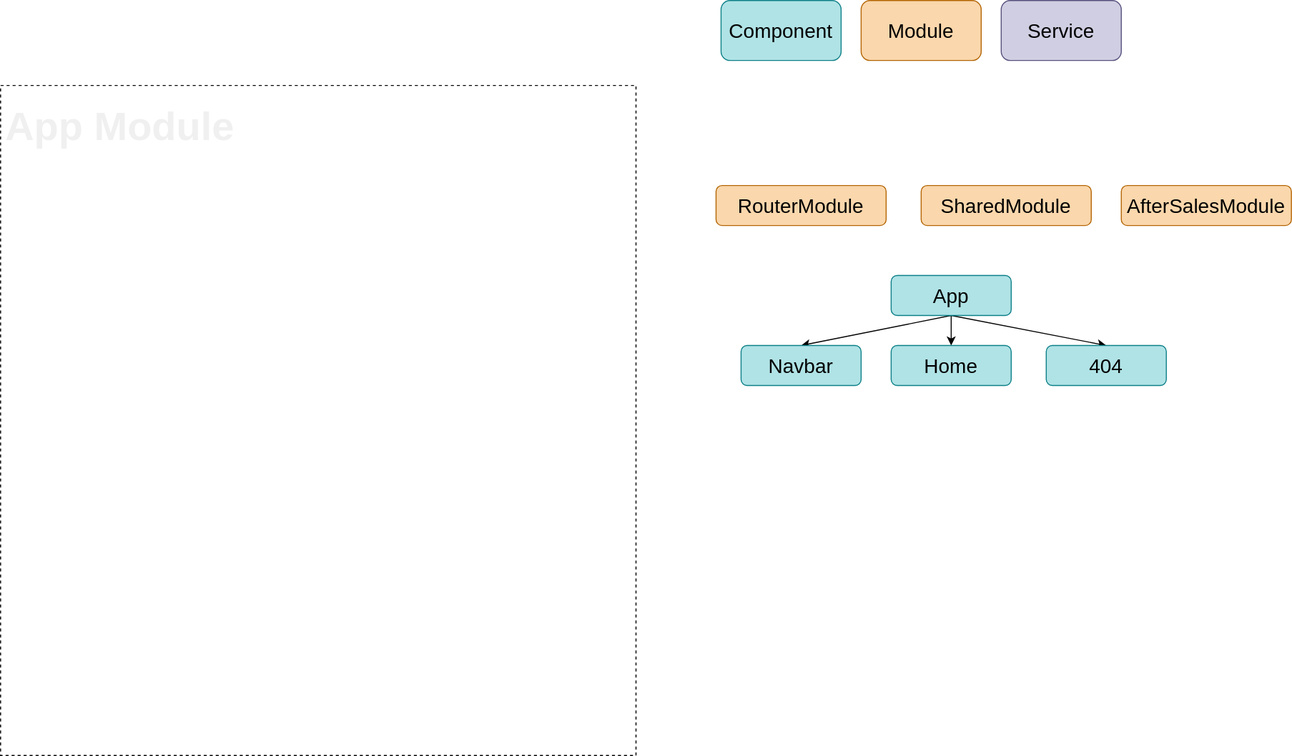
Earlier version of the draw.io export demo-structure.drawio.svg (Jsyfer/angular-demo). Source tidied: cells renumbered, new cells last; positions are measured from the earlier drawing's top-left corner, leaving out a move shared by most shapes.
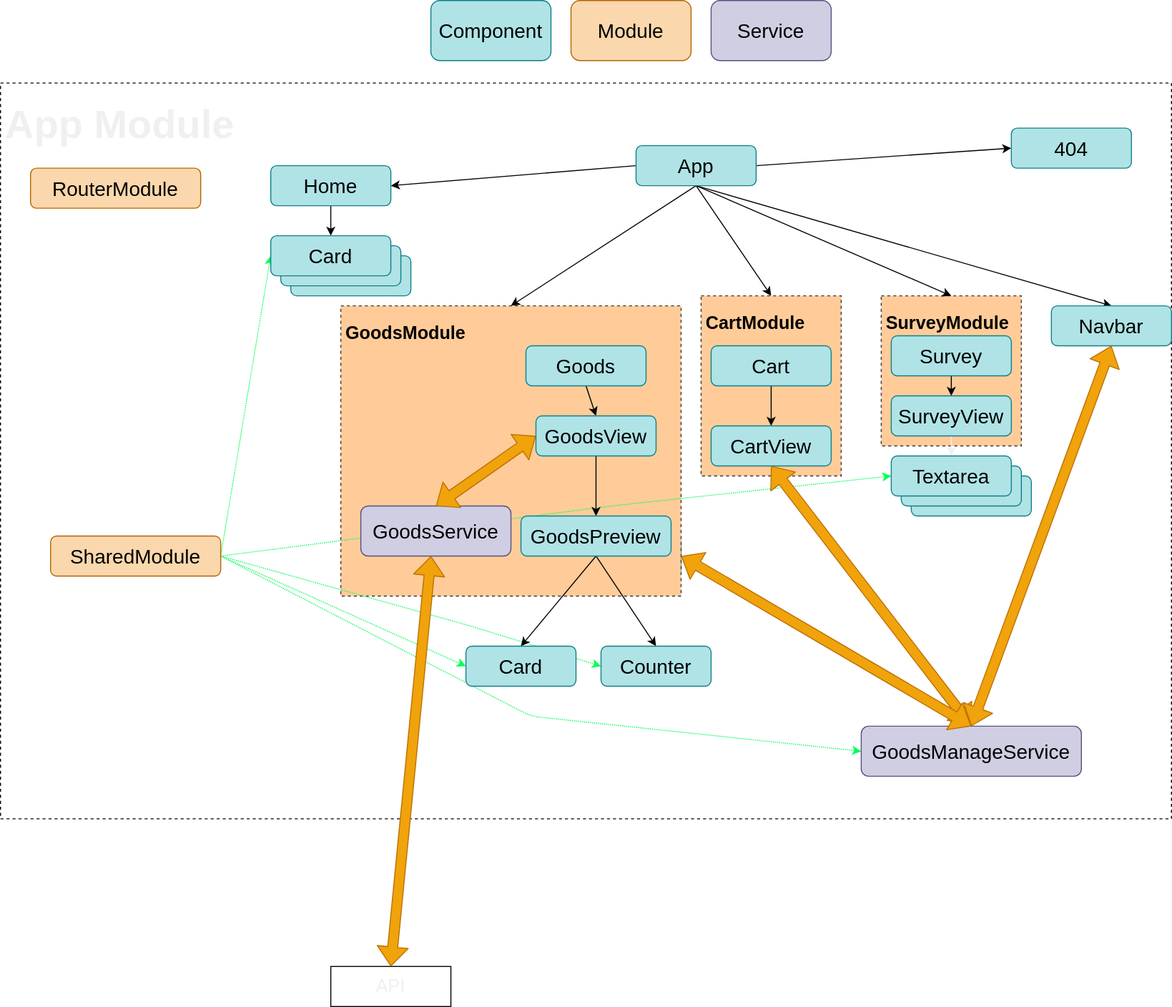
Later version of the same file.

The edit, as a diff of the source:
```diff
@@ -2,23 +2,53 @@
   <root>
     <mxCell id="0" />
     <mxCell id="1" parent="0" />
+    <mxCell id="16" value="&lt;h5&gt;&lt;font style=&quot;font-size: 18px&quot; color=&quot;#000000&quot;&gt;SurveyModule&lt;/font&gt;&lt;/h5&gt;" style="text;html=1;strokeColor=#36393d;fillColor=#ffcc99;spacing=5;spacingTop=-20;whiteSpace=wrap;overflow=hidden;rounded=0;fontSize=20;dashed=1;" parent="1" vertex="1">
+      <mxGeometry x="1170" y="295" width="140" height="150" as="geometry" />
+    </mxCell>
+    <mxCell id="17" value="&lt;h5&gt;&lt;font style=&quot;font-size: 18px&quot; color=&quot;#000000&quot;&gt;CartModule&lt;/font&gt;&lt;/h5&gt;" style="text;html=1;strokeColor=#36393d;fillColor=#ffcc99;spacing=5;spacingTop=-20;whiteSpace=wrap;overflow=hidden;rounded=0;fontSize=20;dashed=1;" parent="1" vertex="1">
+      <mxGeometry x="990" y="295" width="140" height="180" as="geometry" />
+    </mxCell>
+    <mxCell id="18" value="&lt;h1&gt;App Module&lt;/h1&gt;" style="text;html=1;strokeColor=default;fillColor=none;spacing=5;spacingTop=-20;whiteSpace=wrap;overflow=hidden;rounded=0;fontSize=20;fontColor=#F0F0F0;dashed=1;" parent="1" vertex="1">
+      <mxGeometry x="290" y="82.5" width="1170" height="735" as="geometry" />
+    </mxCell>
+    <mxCell id="19" value="&lt;span style=&quot;color: rgb(0 , 0 , 0)&quot;&gt;Textarea&lt;/span&gt;&lt;font color=&quot;#000000&quot;&gt;&lt;br&gt;&lt;/font&gt;" style="rounded=1;whiteSpace=wrap;html=1;fontSize=20;fillColor=#b0e3e6;strokeColor=#0e8088;" parent="1" vertex="1">
+      <mxGeometry x="1200" y="475" width="120" height="40" as="geometry" />
+    </mxCell>
+    <mxCell id="20" value="&lt;span style=&quot;color: rgb(0 , 0 , 0)&quot;&gt;Textarea&lt;/span&gt;&lt;font color=&quot;#000000&quot;&gt;&lt;br&gt;&lt;/font&gt;" style="rounded=1;whiteSpace=wrap;html=1;fontSize=20;fillColor=#b0e3e6;strokeColor=#0e8088;" parent="1" vertex="1">
+      <mxGeometry x="1190" y="465" width="120" height="40" as="geometry" />
+    </mxCell>
+    <mxCell id="21" value="&lt;span style=&quot;color: rgb(0 , 0 , 0)&quot;&gt;GoodsPreview&lt;/span&gt;&lt;font color=&quot;#000000&quot;&gt;&lt;br&gt;&lt;/font&gt;" style="rounded=1;whiteSpace=wrap;html=1;fontSize=20;fillColor=#b0e3e6;strokeColor=#0e8088;" parent="1" vertex="1">
+      <mxGeometry x="820" y="535" width="150" height="40" as="geometry" />
+    </mxCell>
+    <mxCell id="22" value="&lt;span style=&quot;color: rgb(0 , 0 , 0)&quot;&gt;GoodsPreview&lt;/span&gt;&lt;font color=&quot;#000000&quot;&gt;&lt;br&gt;&lt;/font&gt;" style="rounded=1;whiteSpace=wrap;html=1;fontSize=20;fillColor=#b0e3e6;strokeColor=#0e8088;" parent="1" vertex="1">
+      <mxGeometry x="810" y="525" width="150" height="40" as="geometry" />
+    </mxCell>
-    <mxCell id="2" value="&lt;h1&gt;App Module&lt;/h1&gt;" style="text;html=1;strokeColor=default;fillColor=none;spacing=5;spacingTop=-20;whiteSpace=wrap;overflow=hidden;rounded=0;fontSize=20;fontColor=#F0F0F0;dashed=1;" parent="1" vertex="1">
-      <mxGeometry y="85" width="635" height="670" as="geometry" />
+    <mxCell id="2" value="&lt;h5&gt;&lt;font style=&quot;font-size: 18px&quot; color=&quot;#000000&quot;&gt;GoodsModule&lt;/font&gt;&lt;/h5&gt;" style="text;html=1;strokeColor=#36393d;fillColor=#ffcc99;spacing=5;spacingTop=-20;whiteSpace=wrap;overflow=hidden;rounded=0;fontSize=20;dashed=1;" parent="1" vertex="1">
+      <mxGeometry x="630" y="305" width="340" height="290" as="geometry" />
     </mxCell>
     <mxCell id="3" style="edgeStyle=none;html=1;entryX=0.5;entryY=0;entryDx=0;entryDy=0;fontSize=20;fontColor=#000000;exitX=0.5;exitY=1;exitDx=0;exitDy=0;" parent="1" edge="1" source="6" target="7">
       <mxGeometry relative="1" as="geometry" />
     </mxCell>
-    <mxCell id="4" style="edgeStyle=none;html=1;exitX=0.5;exitY=1;exitDx=0;exitDy=0;entryX=0.5;entryY=0;entryDx=0;entryDy=0;fontSize=20;fontColor=#F0F0F0;" parent="1" edge="1" source="6" target="12">
+    <mxCell id="4" style="edgeStyle=none;html=1;exitX=0;exitY=0.5;exitDx=0;exitDy=0;entryX=1;entryY=0.5;entryDx=0;entryDy=0;fontSize=20;fontColor=#F0F0F0;" parent="1" edge="1" source="6" target="12">
       <mxGeometry relative="1" as="geometry" />
     </mxCell>
-    <mxCell id="5" style="edgeStyle=none;html=1;exitX=0.5;exitY=1;exitDx=0;exitDy=0;fontSize=20;fontColor=#F0F0F0;entryX=0.5;entryY=0;entryDx=0;entryDy=0;" parent="1" edge="1" source="6" target="13">
+    <mxCell id="5" style="edgeStyle=none;html=1;exitX=1;exitY=0.5;exitDx=0;exitDy=0;fontSize=20;fontColor=#F0F0F0;entryX=0;entryY=0.5;entryDx=0;entryDy=0;" parent="1" edge="1" source="6" target="13">
       <mxGeometry relative="1" as="geometry" />
     </mxCell>
+    <mxCell id="23" style="edgeStyle=none;html=1;exitX=0.5;exitY=1;exitDx=0;exitDy=0;entryX=0.5;entryY=0;entryDx=0;entryDy=0;" parent="1" edge="1" source="6" target="2">
+      <mxGeometry relative="1" as="geometry" />
+    </mxCell>
+    <mxCell id="24" style="edgeStyle=none;html=1;exitX=0.5;exitY=1;exitDx=0;exitDy=0;entryX=0.5;entryY=0;entryDx=0;entryDy=0;" parent="1" edge="1" source="6" target="17">
+      <mxGeometry relative="1" as="geometry" />
+    </mxCell>
+    <mxCell id="25" style="edgeStyle=none;html=1;exitX=0.5;exitY=1;exitDx=0;exitDy=0;entryX=0.5;entryY=0;entryDx=0;entryDy=0;" parent="1" edge="1" source="6" target="16">
+      <mxGeometry relative="1" as="geometry" />
+    </mxCell>
     <mxCell id="6" value="&lt;font color=&quot;#000000&quot; style=&quot;font-size: 20px&quot;&gt;App&lt;/font&gt;" style="rounded=1;whiteSpace=wrap;html=1;fillColor=#b0e3e6;strokeColor=#0e8088;" parent="1" vertex="1">
-      <mxGeometry x="890" y="275" width="120" height="40" as="geometry" />
+      <mxGeometry x="925" y="145" width="120" height="40" as="geometry" />
     </mxCell>
     <mxCell id="7" value="&lt;font color=&quot;#000000&quot;&gt;Navbar&lt;/font&gt;" style="rounded=1;whiteSpace=wrap;html=1;fontSize=20;fillColor=#b0e3e6;strokeColor=#0e8088;" parent="1" vertex="1">
-      <mxGeometry x="740" y="345" width="120" height="40" as="geometry" />
+      <mxGeometry x="1340" y="305" width="120" height="40" as="geometry" />
     </mxCell>
     <mxCell id="8" value="&lt;font color=&quot;#000000&quot; style=&quot;font-size: 20px&quot;&gt;Component&lt;/font&gt;" style="rounded=1;whiteSpace=wrap;html=1;fillColor=#b0e3e6;strokeColor=#0e8088;" parent="1" vertex="1">
       <mxGeometry x="720" width="120" height="60" as="geometry" />
@@ -30,19 +60,130 @@
       <mxGeometry x="1000" width="120" height="60" as="geometry" />
     </mxCell>
     <mxCell id="11" value="&lt;font color=&quot;#000000&quot;&gt;&lt;span style=&quot;font-size: 20px&quot;&gt;RouterModule&lt;/span&gt;&lt;/font&gt;" style="rounded=1;whiteSpace=wrap;html=1;fillColor=#fad7ac;strokeColor=#b46504;" parent="1" vertex="1">
-      <mxGeometry x="715" y="185" width="170" height="40" as="geometry" />
+      <mxGeometry x="320" y="167.5" width="170" height="40" as="geometry" />
     </mxCell>
+    <mxCell id="26" style="edgeStyle=none;html=1;exitX=0.5;exitY=1;exitDx=0;exitDy=0;" parent="1" edge="1" source="12" target="47">
+      <mxGeometry relative="1" as="geometry" />
+    </mxCell>
     <mxCell id="12" value="&lt;font color=&quot;#000000&quot;&gt;Home&lt;/font&gt;" style="rounded=1;whiteSpace=wrap;html=1;fontSize=20;fillColor=#b0e3e6;strokeColor=#0e8088;" parent="1" vertex="1">
-      <mxGeometry x="890" y="345" width="120" height="40" as="geometry" />
+      <mxGeometry x="560" y="165" width="120" height="40" as="geometry" />
     </mxCell>
     <mxCell id="13" value="&lt;font color=&quot;#000000&quot;&gt;404&lt;/font&gt;" style="rounded=1;whiteSpace=wrap;html=1;fontSize=20;fillColor=#b0e3e6;strokeColor=#0e8088;" parent="1" vertex="1">
-      <mxGeometry x="1045" y="345" width="120" height="40" as="geometry" />
+      <mxGeometry x="1300" y="127.5" width="120" height="40" as="geometry" />
     </mxCell>
+    <mxCell id="27" style="edgeStyle=none;html=1;exitX=1;exitY=0.5;exitDx=0;exitDy=0;entryX=0;entryY=0.5;entryDx=0;entryDy=0;dashed=1;dashPattern=1 1;startSize=6;endSize=6;sourcePerimeterSpacing=7;targetPerimeterSpacing=7;strokeColor=#00FF55;" parent="1" edge="1" source="14" target="47">
+      <mxGeometry relative="1" as="geometry" />
+    </mxCell>
+    <mxCell id="28" style="edgeStyle=none;html=1;exitX=1;exitY=0.5;exitDx=0;exitDy=0;entryX=0;entryY=0.5;entryDx=0;entryDy=0;dashed=1;dashPattern=1 1;startSize=6;endSize=6;sourcePerimeterSpacing=7;targetPerimeterSpacing=7;strokeColor=#00FF55;" parent="1" edge="1" source="14" target="48">
+      <mxGeometry relative="1" as="geometry" />
+    </mxCell>
+    <mxCell id="29" style="edgeStyle=none;html=1;exitX=1;exitY=0.5;exitDx=0;exitDy=0;entryX=0;entryY=0.5;entryDx=0;entryDy=0;dashed=1;dashPattern=1 1;startSize=6;endSize=6;sourcePerimeterSpacing=7;targetPerimeterSpacing=7;strokeColor=#00FF55;" parent="1" edge="1" source="14" target="49">
+      <mxGeometry relative="1" as="geometry">
+        <Array as="points">
+          <mxPoint x="760" y="625" />
+        </Array>
+      </mxGeometry>
+    </mxCell>
+    <mxCell id="30" style="edgeStyle=none;html=1;exitX=1;exitY=0.5;exitDx=0;exitDy=0;entryX=0;entryY=0.5;entryDx=0;entryDy=0;dashed=1;dashPattern=1 1;startSize=6;endSize=6;sourcePerimeterSpacing=7;targetPerimeterSpacing=7;strokeColor=#00FF55;" parent="1" edge="1" source="14" target="39">
+      <mxGeometry relative="1" as="geometry">
+        <Array as="points">
+          <mxPoint x="820" y="715" />
+        </Array>
+      </mxGeometry>
+    </mxCell>
+    <mxCell id="31" style="edgeStyle=none;html=1;exitX=1;exitY=0.5;exitDx=0;exitDy=0;entryX=0;entryY=0.5;entryDx=0;entryDy=0;dashed=1;dashPattern=1 1;startSize=6;endSize=6;sourcePerimeterSpacing=7;targetPerimeterSpacing=7;strokeColor=#00FF55;" parent="1" edge="1" source="14" target="56">
+      <mxGeometry relative="1" as="geometry">
+        <Array as="points">
+          <mxPoint x="900" y="505" />
+        </Array>
+      </mxGeometry>
+    </mxCell>
     <mxCell id="14" value="&lt;font color=&quot;#000000&quot;&gt;&lt;span style=&quot;font-size: 20px&quot;&gt;SharedModule&lt;/span&gt;&lt;/font&gt;" style="rounded=1;whiteSpace=wrap;html=1;fillColor=#fad7ac;strokeColor=#b46504;" parent="1" vertex="1">
-      <mxGeometry x="920" y="185" width="170" height="40" as="geometry" />
+      <mxGeometry x="340" y="535" width="170" height="40" as="geometry" />
     </mxCell>
-    <mxCell id="15" value="&lt;font color=&quot;#000000&quot;&gt;&lt;span style=&quot;font-size: 20px&quot;&gt;AfterSalesModule&lt;/span&gt;&lt;/font&gt;" style="rounded=1;whiteSpace=wrap;html=1;fillColor=#fad7ac;strokeColor=#b46504;" parent="1" vertex="1">
-      <mxGeometry x="1120" y="185" width="170" height="40" as="geometry" />
-    </mxCell>
+    <mxCell id="32" style="edgeStyle=none;html=1;exitX=0.5;exitY=1;exitDx=0;exitDy=0;entryX=0.5;entryY=0;entryDx=0;entryDy=0;" parent="1" edge="1" source="33" target="41">
+      <mxGeometry relative="1" as="geometry" />
+    </mxCell>
+    <mxCell id="33" value="&lt;font color=&quot;#000000&quot;&gt;Goods&lt;/font&gt;" style="rounded=1;whiteSpace=wrap;html=1;fontSize=20;fillColor=#b0e3e6;strokeColor=#0e8088;" parent="1" vertex="1">
+      <mxGeometry x="815" y="345" width="120" height="40" as="geometry" />
+    </mxCell>
+    <mxCell id="34" style="edgeStyle=none;html=1;exitX=0.5;exitY=1;exitDx=0;exitDy=0;entryX=0.5;entryY=0;entryDx=0;entryDy=0;" parent="1" edge="1" source="35" target="50">
+      <mxGeometry relative="1" as="geometry" />
+    </mxCell>
+    <mxCell id="35" value="&lt;font color=&quot;#000000&quot;&gt;Cart&lt;/font&gt;" style="rounded=1;whiteSpace=wrap;html=1;fontSize=20;fillColor=#b0e3e6;strokeColor=#0e8088;" parent="1" vertex="1">
+      <mxGeometry x="1000" y="345" width="120" height="40" as="geometry" />
+    </mxCell>
+    <mxCell id="36" style="edgeStyle=none;html=1;exitX=0.5;exitY=1;exitDx=0;exitDy=0;entryX=0.5;entryY=0;entryDx=0;entryDy=0;" parent="1" edge="1" source="37" target="52">
+      <mxGeometry relative="1" as="geometry" />
+    </mxCell>
+    <mxCell id="37" value="&lt;font color=&quot;#000000&quot;&gt;Survey&lt;/font&gt;" style="rounded=1;whiteSpace=wrap;html=1;fontSize=20;fillColor=#b0e3e6;strokeColor=#0e8088;" parent="1" vertex="1">
+      <mxGeometry x="1180" y="335" width="120" height="40" as="geometry" />
+    </mxCell>
+    <mxCell id="38" value="&lt;font color=&quot;#000000&quot;&gt;&lt;span style=&quot;font-size: 20px&quot;&gt;GoodsService&lt;/span&gt;&lt;/font&gt;" style="rounded=1;whiteSpace=wrap;html=1;fillColor=#d0cee2;strokeColor=#56517e;" parent="1" vertex="1">
+      <mxGeometry x="650" y="505" width="150" height="50" as="geometry" />
+    </mxCell>
+    <mxCell id="39" value="&lt;font color=&quot;#000000&quot;&gt;&lt;span style=&quot;font-size: 20px&quot;&gt;GoodsManageService&lt;/span&gt;&lt;/font&gt;" style="rounded=1;whiteSpace=wrap;html=1;fillColor=#d0cee2;strokeColor=#56517e;" parent="1" vertex="1">
+      <mxGeometry x="1150" y="725" width="220" height="50" as="geometry" />
+    </mxCell>
+    <mxCell id="40" style="edgeStyle=none;html=1;exitX=0.5;exitY=1;exitDx=0;exitDy=0;entryX=0.5;entryY=0;entryDx=0;entryDy=0;" parent="1" edge="1" source="41" target="44">
+      <mxGeometry relative="1" as="geometry" />
+    </mxCell>
+    <mxCell id="41" value="&lt;span style=&quot;color: rgb(0 , 0 , 0)&quot;&gt;GoodsView&lt;/span&gt;&lt;font color=&quot;#000000&quot;&gt;&lt;br&gt;&lt;/font&gt;" style="rounded=1;whiteSpace=wrap;html=1;fontSize=20;fillColor=#b0e3e6;strokeColor=#0e8088;" parent="1" vertex="1">
+      <mxGeometry x="825" y="415" width="120" height="40" as="geometry" />
+    </mxCell>
+    <mxCell id="42" style="edgeStyle=none;html=1;exitX=0.5;exitY=1;exitDx=0;exitDy=0;entryX=0.5;entryY=0;entryDx=0;entryDy=0;" parent="1" edge="1" source="44" target="48">
+      <mxGeometry relative="1" as="geometry" />
+    </mxCell>
+    <mxCell id="43" style="edgeStyle=none;html=1;exitX=0.5;exitY=1;exitDx=0;exitDy=0;entryX=0.5;entryY=0;entryDx=0;entryDy=0;" parent="1" edge="1" source="44" target="49">
+      <mxGeometry relative="1" as="geometry" />
+    </mxCell>
+    <mxCell id="44" value="&lt;span style=&quot;color: rgb(0 , 0 , 0)&quot;&gt;GoodsPreview&lt;/span&gt;&lt;font color=&quot;#000000&quot;&gt;&lt;br&gt;&lt;/font&gt;" style="rounded=1;whiteSpace=wrap;html=1;fontSize=20;fillColor=#b0e3e6;strokeColor=#0e8088;" parent="1" vertex="1">
+      <mxGeometry x="810" y="515" width="150" height="40" as="geometry" />
+    </mxCell>
+    <mxCell id="45" value="&lt;font color=&quot;#000000&quot;&gt;Card&lt;br&gt;&lt;/font&gt;" style="rounded=1;whiteSpace=wrap;html=1;fontSize=20;fillColor=#b0e3e6;strokeColor=#0e8088;" parent="1" vertex="1">
+      <mxGeometry x="580" y="255" width="120" height="40" as="geometry" />
+    </mxCell>
+    <mxCell id="46" value="&lt;font color=&quot;#000000&quot;&gt;Card&lt;br&gt;&lt;/font&gt;" style="rounded=1;whiteSpace=wrap;html=1;fontSize=20;fillColor=#b0e3e6;strokeColor=#0e8088;" parent="1" vertex="1">
+      <mxGeometry x="570" y="245" width="120" height="40" as="geometry" />
+    </mxCell>
+    <mxCell id="47" value="&lt;font color=&quot;#000000&quot;&gt;Card&lt;br&gt;&lt;/font&gt;" style="rounded=1;whiteSpace=wrap;html=1;fontSize=20;fillColor=#b0e3e6;strokeColor=#0e8088;" parent="1" vertex="1">
+      <mxGeometry x="560" y="235" width="120" height="40" as="geometry" />
+    </mxCell>
+    <mxCell id="48" value="&lt;span style=&quot;color: rgb(0 , 0 , 0)&quot;&gt;Card&lt;/span&gt;&lt;font color=&quot;#000000&quot;&gt;&lt;br&gt;&lt;/font&gt;" style="rounded=1;whiteSpace=wrap;html=1;fontSize=20;fillColor=#b0e3e6;strokeColor=#0e8088;" parent="1" vertex="1">
+      <mxGeometry x="755" y="645" width="110" height="40" as="geometry" />
+    </mxCell>
+    <mxCell id="49" value="&lt;span style=&quot;color: rgb(0 , 0 , 0)&quot;&gt;Counter&lt;/span&gt;&lt;font color=&quot;#000000&quot;&gt;&lt;br&gt;&lt;/font&gt;" style="rounded=1;whiteSpace=wrap;html=1;fontSize=20;fillColor=#b0e3e6;strokeColor=#0e8088;" parent="1" vertex="1">
+      <mxGeometry x="890" y="645" width="110" height="40" as="geometry" />
+    </mxCell>
+    <mxCell id="50" value="&lt;span style=&quot;color: rgb(0 , 0 , 0)&quot;&gt;CartView&lt;/span&gt;&lt;font color=&quot;#000000&quot;&gt;&lt;br&gt;&lt;/font&gt;" style="rounded=1;whiteSpace=wrap;html=1;fontSize=20;fillColor=#b0e3e6;strokeColor=#0e8088;" parent="1" vertex="1">
+      <mxGeometry x="1000" y="425" width="120" height="40" as="geometry" />
+    </mxCell>
+    <mxCell id="51" style="edgeStyle=none;html=1;exitX=0.5;exitY=1;exitDx=0;exitDy=0;entryX=0.5;entryY=0;entryDx=0;entryDy=0;startSize=6;endSize=6;sourcePerimeterSpacing=7;targetPerimeterSpacing=7;strokeColor=#F0F0F0;" parent="1" edge="1" source="52" target="56">
+      <mxGeometry relative="1" as="geometry" />
+    </mxCell>
+    <mxCell id="52" value="&lt;span style=&quot;color: rgb(0 , 0 , 0)&quot;&gt;SurveyView&lt;/span&gt;&lt;font color=&quot;#000000&quot;&gt;&lt;br&gt;&lt;/font&gt;" style="rounded=1;whiteSpace=wrap;html=1;fontSize=20;fillColor=#b0e3e6;strokeColor=#0e8088;" parent="1" vertex="1">
+      <mxGeometry x="1180" y="395" width="120" height="40" as="geometry" />
+    </mxCell>
+    <mxCell id="53" style="shape=flexArrow;endArrow=classic;startArrow=classic;html=1;entryX=0.5;entryY=0;entryDx=0;entryDy=0;exitX=0.5;exitY=1;exitDx=0;exitDy=0;fillColor=#f0a30a;strokeColor=#BD7000;" parent="1" edge="1" source="50" target="39">
+      <mxGeometry relative="1" as="geometry" />
+    </mxCell>
+    <mxCell id="54" style="shape=flexArrow;endArrow=classic;startArrow=classic;html=1;exitX=1;exitY=0.5;exitDx=0;exitDy=0;fillColor=#f0a30a;strokeColor=#BD7000;entryX=0.5;entryY=0;entryDx=0;entryDy=0;" parent="1" edge="1" source="21" target="39">
+      <mxGeometry relative="1" as="geometry" />
+    </mxCell>
+    <mxCell id="55" style="shape=flexArrow;endArrow=classic;startArrow=classic;html=1;entryX=0.5;entryY=0;entryDx=0;entryDy=0;exitX=0.5;exitY=1;exitDx=0;exitDy=0;fillColor=#f0a30a;strokeColor=#BD7000;" parent="1" edge="1" source="7" target="39">
+      <mxGeometry relative="1" as="geometry" />
+    </mxCell>
+    <mxCell id="56" value="&lt;span style=&quot;color: rgb(0 , 0 , 0)&quot;&gt;Textarea&lt;/span&gt;&lt;font color=&quot;#000000&quot;&gt;&lt;br&gt;&lt;/font&gt;" style="rounded=1;whiteSpace=wrap;html=1;fontSize=20;fillColor=#b0e3e6;strokeColor=#0e8088;" parent="1" vertex="1">
+      <mxGeometry x="1180" y="455" width="120" height="40" as="geometry" />
+    </mxCell>
+    <mxCell id="57" style="shape=flexArrow;endArrow=classic;startArrow=classic;html=1;entryX=0;entryY=0.5;entryDx=0;entryDy=0;exitX=0.5;exitY=0;exitDx=0;exitDy=0;fillColor=#f0a30a;strokeColor=#BD7000;" parent="1" edge="1" source="38" target="41">
+      <mxGeometry relative="1" as="geometry" />
+    </mxCell>
+    <mxCell id="58" value="&lt;font color=&quot;#f0f0f0&quot;&gt;API&lt;/font&gt;" style="rounded=0;whiteSpace=wrap;html=1;fontSize=18;fontColor=#000000;" parent="1" vertex="1">
+      <mxGeometry x="620" y="965" width="120" height="40" as="geometry" />
+    </mxCell>
+    <mxCell id="59" style="shape=flexArrow;endArrow=classic;startArrow=classic;html=1;entryX=0.265;entryY=0.862;entryDx=0;entryDy=0;exitX=0.5;exitY=0;exitDx=0;exitDy=0;fillColor=#f0a30a;strokeColor=#BD7000;entryPerimeter=0;" parent="1" edge="1" source="58" target="2">
+      <mxGeometry relative="1" as="geometry" />
+    </mxCell>
   </root>
 </mxGraphModel>
```
